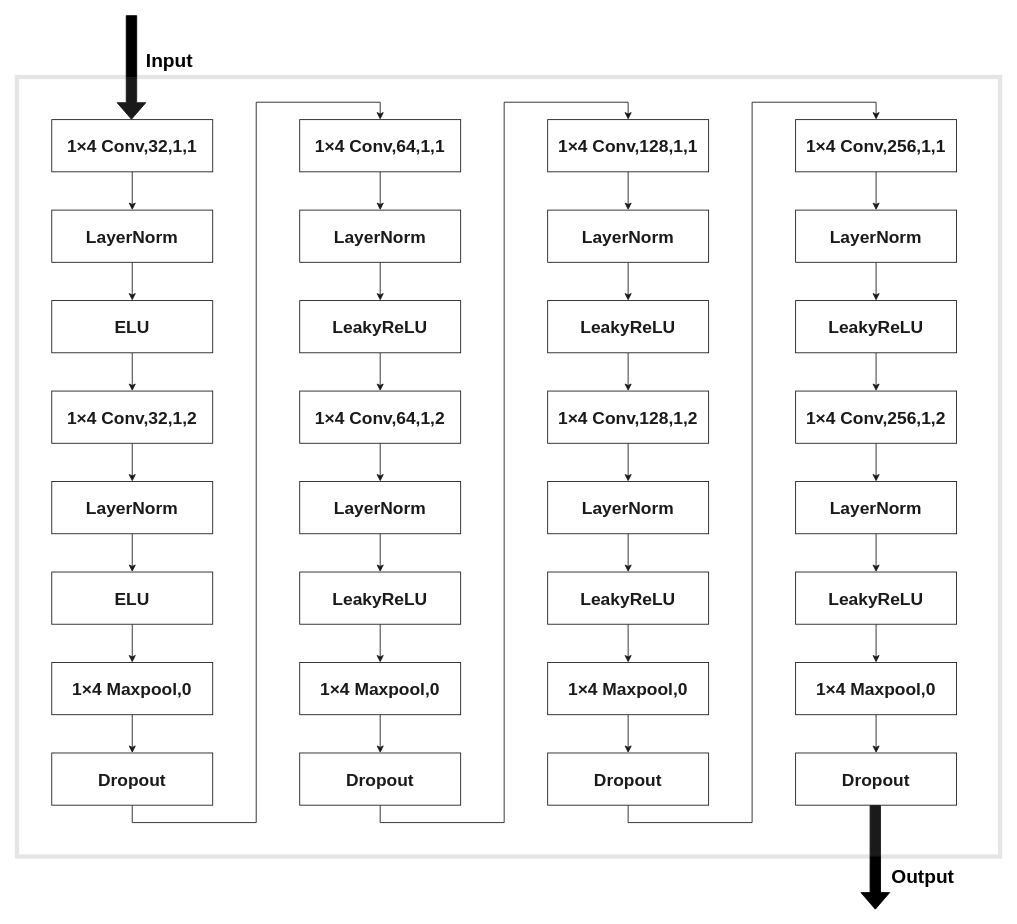
The draw.io diagram nDF示意图.drawio in lilang0710/ll, before the edit. Source tidied: cells renumbered, new cells numbered last; positions are measured from the earlier drawing's top-left corner, leaving out a move shared by most shapes. Both pictures are drawn from the tidied source at 87%, with x=0, y=0 at pixel (17, 15).
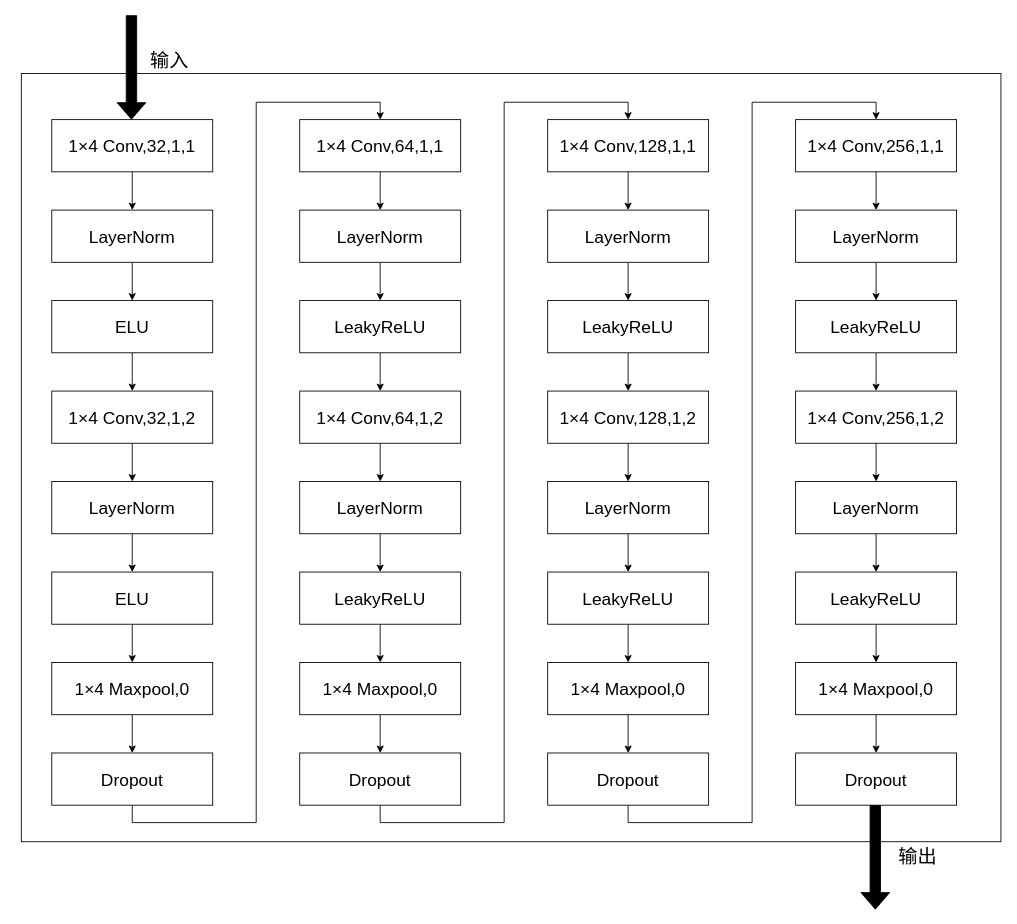
Above is the later version.

Commit message:
更新nDF示意图.drawio

The change refers to these unchanged cells:
```xml
<mxCell id="66" style="shape=flexArrow;endArrow=classic;html=1;rounded=0;entryX=0.5;entryY=0;entryDx=0;entryDy=0;exitX=0.5;exitY=1;exitDx=0;exitDy=0;sourcePerimeterSpacing=0;width=12;fillColor=#000000;" parent="1" edge="1">
  <mxGeometry relative="1" as="geometry">
    <mxPoint x="131.6" as="sourcePoint" />
    <mxPoint x="131.6" y="120" as="targetPoint" />
  </mxGeometry>
</mxCell>
```

Diff of the diagram source:
```diff
@@
-    <mxCell id="2" value="&lt;b&gt;&lt;font style=&quot;font-size: 20px;&quot;&gt;1&lt;/font&gt;&lt;/b&gt;&lt;span&gt;&lt;b&gt;&lt;font style=&quot;font-size: 20px;&quot;&gt;×&lt;/font&gt;&lt;/b&gt;&lt;/span&gt;&lt;b&gt;&lt;font style=&quot;font-size: 20px;&quot;&gt;4 Conv,32,1,1&lt;/font&gt;&lt;/b&gt;" style="rounded=0;whiteSpace=wrap;html=1;" parent="1" vertex="1">
+    <mxCell id="2" value="&lt;font style=&quot;font-size: 20px;&quot;&gt;1&lt;/font&gt;&lt;span&gt;&lt;font style=&quot;font-size: 20px;&quot;&gt;×&lt;/font&gt;&lt;/span&gt;&lt;font style=&quot;font-size: 20px;&quot;&gt;4 Conv,32,1,1&lt;/font&gt;" style="rounded=0;whiteSpace=wrap;html=1;" parent="1" vertex="1">
       <mxGeometry x="40" y="120" width="185" height="60" as="geometry" />
     </mxCell>
@@
-    <mxCell id="4" value="&lt;b&gt;&lt;font style=&quot;font-size: 20px;&quot;&gt;LayerNorm&lt;/font&gt;&lt;/b&gt;" style="rounded=0;whiteSpace=wrap;html=1;" parent="1" vertex="1">
+    <mxCell id="4" value="&lt;font style=&quot;font-size: 20px;&quot;&gt;LayerNorm&lt;/font&gt;" style="rounded=0;whiteSpace=wrap;html=1;" parent="1" vertex="1">
       <mxGeometry x="40" y="224" width="185" height="60" as="geometry" />
     </mxCell>
@@
-    <mxCell id="6" value="&lt;font style=&quot;font-size: 20px;&quot;&gt;&lt;b&gt;ELU&lt;/b&gt;&lt;/font&gt;" style="rounded=0;whiteSpace=wrap;html=1;" parent="1" vertex="1">
+    <mxCell id="6" value="&lt;font style=&quot;font-size: 20px;&quot;&gt;ELU&lt;/font&gt;" style="rounded=0;whiteSpace=wrap;html=1;" parent="1" vertex="1">
       <mxGeometry x="40" y="328" width="185" height="60" as="geometry" />
     </mxCell>
@@
-    <mxCell id="8" value="&lt;b&gt;&lt;font style=&quot;font-size: 20px;&quot;&gt;1&lt;/font&gt;&lt;/b&gt;&lt;span&gt;&lt;b&gt;&lt;font style=&quot;font-size: 20px;&quot;&gt;×&lt;/font&gt;&lt;/b&gt;&lt;/span&gt;&lt;b&gt;&lt;font style=&quot;font-size: 20px;&quot;&gt;4 Conv,32,1,2&lt;/font&gt;&lt;/b&gt;" style="rounded=0;whiteSpace=wrap;html=1;" parent="1" vertex="1">
+    <mxCell id="8" value="&lt;font style=&quot;font-size: 20px;&quot;&gt;1&lt;/font&gt;&lt;span&gt;&lt;font style=&quot;font-size: 20px;&quot;&gt;×&lt;/font&gt;&lt;/span&gt;&lt;font style=&quot;font-size: 20px;&quot;&gt;4 Conv,32,1,2&lt;/font&gt;" style="rounded=0;whiteSpace=wrap;html=1;" parent="1" vertex="1">
       <mxGeometry x="40" y="432" width="185" height="60" as="geometry" />
     </mxCell>
@@
-    <mxCell id="10" value="&lt;b&gt;&lt;font style=&quot;font-size: 20px;&quot;&gt;LayerNorm&lt;/font&gt;&lt;/b&gt;" style="rounded=0;whiteSpace=wrap;html=1;" parent="1" vertex="1">
+    <mxCell id="10" value="&lt;font style=&quot;font-size: 20px;&quot;&gt;LayerNorm&lt;/font&gt;" style="rounded=0;whiteSpace=wrap;html=1;" parent="1" vertex="1">
       <mxGeometry x="40" y="536" width="185" height="60" as="geometry" />
     </mxCell>
@@
-    <mxCell id="12" value="&lt;font style=&quot;font-size: 20px;&quot;&gt;&lt;b&gt;ELU&lt;/b&gt;&lt;/font&gt;" style="rounded=0;whiteSpace=wrap;html=1;" parent="1" vertex="1">
+    <mxCell id="12" value="&lt;font style=&quot;font-size: 20px;&quot;&gt;ELU&lt;/font&gt;" style="rounded=0;whiteSpace=wrap;html=1;" parent="1" vertex="1">
       <mxGeometry x="40" y="640" width="185" height="60" as="geometry" />
     </mxCell>
@@
-    <mxCell id="14" value="&lt;b&gt;&lt;font style=&quot;font-size: 20px;&quot;&gt;1&lt;/font&gt;&lt;/b&gt;&lt;span&gt;&lt;b&gt;&lt;font style=&quot;font-size: 20px;&quot;&gt;×&lt;/font&gt;&lt;/b&gt;&lt;/span&gt;&lt;b&gt;&lt;font style=&quot;font-size: 20px;&quot;&gt;4 Maxpool,0&lt;/font&gt;&lt;/b&gt;" style="rounded=0;whiteSpace=wrap;html=1;" parent="1" vertex="1">
+    <mxCell id="14" value="&lt;font style=&quot;font-size: 20px;&quot;&gt;1&lt;/font&gt;&lt;span&gt;&lt;font style=&quot;font-size: 20px;&quot;&gt;×&lt;/font&gt;&lt;/span&gt;&lt;font style=&quot;font-size: 20px;&quot;&gt;4 Maxpool,0&lt;/font&gt;" style="rounded=0;whiteSpace=wrap;html=1;" parent="1" vertex="1">
       <mxGeometry x="40" y="744" width="185" height="60" as="geometry" />
     </mxCell>
@@
-    <mxCell id="16" value="&lt;b&gt;&lt;font style=&quot;font-size: 20px;&quot;&gt;Dropout&lt;/font&gt;&lt;/b&gt;" style="rounded=0;whiteSpace=wrap;html=1;" parent="1" vertex="1">
+    <mxCell id="16" value="&lt;font style=&quot;font-size: 20px;&quot;&gt;Dropout&lt;/font&gt;" style="rounded=0;whiteSpace=wrap;html=1;" parent="1" vertex="1">
       <mxGeometry x="40" y="848" width="185" height="60" as="geometry" />
     </mxCell>
@@
-    <mxCell id="18" value="&lt;b&gt;&lt;font style=&quot;font-size: 20px;&quot;&gt;1&lt;/font&gt;&lt;/b&gt;&lt;span&gt;&lt;b&gt;&lt;font style=&quot;font-size: 20px;&quot;&gt;×&lt;/font&gt;&lt;/b&gt;&lt;/span&gt;&lt;b&gt;&lt;font style=&quot;font-size: 20px;&quot;&gt;4 Conv,64,1,1&lt;/font&gt;&lt;/b&gt;" style="rounded=0;whiteSpace=wrap;html=1;" parent="1" vertex="1">
+    <mxCell id="18" value="&lt;font style=&quot;font-size: 20px;&quot;&gt;1&lt;/font&gt;&lt;span&gt;&lt;font style=&quot;font-size: 20px;&quot;&gt;×&lt;/font&gt;&lt;/span&gt;&lt;font style=&quot;font-size: 20px;&quot;&gt;4 Conv,64,1,1&lt;/font&gt;" style="rounded=0;whiteSpace=wrap;html=1;" parent="1" vertex="1">
       <mxGeometry x="325" y="120" width="185" height="60" as="geometry" />
     </mxCell>
@@
-    <mxCell id="20" value="&lt;b&gt;&lt;font style=&quot;font-size: 20px;&quot;&gt;LayerNorm&lt;/font&gt;&lt;/b&gt;" style="rounded=0;whiteSpace=wrap;html=1;" parent="1" vertex="1">
+    <mxCell id="20" value="&lt;font style=&quot;font-size: 20px;&quot;&gt;LayerNorm&lt;/font&gt;" style="rounded=0;whiteSpace=wrap;html=1;" parent="1" vertex="1">
       <mxGeometry x="325" y="224" width="185" height="60" as="geometry" />
     </mxCell>
@@
-    <mxCell id="22" value="&lt;b style=&quot;font-size: 20px;&quot;&gt;LeakyReLU&lt;/b&gt;" style="rounded=0;whiteSpace=wrap;html=1;" parent="1" vertex="1">
+    <mxCell id="22" value="&lt;span style=&quot;font-size: 20px;&quot;&gt;LeakyReLU&lt;/span&gt;" style="rounded=0;whiteSpace=wrap;html=1;" parent="1" vertex="1">
       <mxGeometry x="325" y="328" width="185" height="60" as="geometry" />
     </mxCell>
@@
-    <mxCell id="24" value="&lt;b&gt;&lt;font style=&quot;font-size: 20px;&quot;&gt;1&lt;/font&gt;&lt;/b&gt;&lt;span&gt;&lt;b&gt;&lt;font style=&quot;font-size: 20px;&quot;&gt;×&lt;/font&gt;&lt;/b&gt;&lt;/span&gt;&lt;b&gt;&lt;font style=&quot;font-size: 20px;&quot;&gt;4 Conv,64,1,2&lt;/font&gt;&lt;/b&gt;" style="rounded=0;whiteSpace=wrap;html=1;" parent="1" vertex="1">
+    <mxCell id="24" value="&lt;font style=&quot;font-size: 20px;&quot;&gt;1&lt;/font&gt;&lt;span&gt;&lt;font style=&quot;font-size: 20px;&quot;&gt;×&lt;/font&gt;&lt;/span&gt;&lt;font style=&quot;font-size: 20px;&quot;&gt;4 Conv,64,1,2&lt;/font&gt;" style="rounded=0;whiteSpace=wrap;html=1;" parent="1" vertex="1">
       <mxGeometry x="325" y="432" width="185" height="60" as="geometry" />
     </mxCell>
@@
-    <mxCell id="26" value="&lt;b&gt;&lt;font style=&quot;font-size: 20px;&quot;&gt;LayerNorm&lt;/font&gt;&lt;/b&gt;" style="rounded=0;whiteSpace=wrap;html=1;" parent="1" vertex="1">
+    <mxCell id="26" value="&lt;font style=&quot;font-size: 20px;&quot;&gt;LayerNorm&lt;/font&gt;" style="rounded=0;whiteSpace=wrap;html=1;" parent="1" vertex="1">
       <mxGeometry x="325" y="536" width="185" height="60" as="geometry" />
     </mxCell>
@@
-    <mxCell id="28" value="&lt;b style=&quot;font-size: 20px;&quot;&gt;LeakyReLU&lt;/b&gt;" style="rounded=0;whiteSpace=wrap;html=1;" parent="1" vertex="1">
+    <mxCell id="28" value="&lt;span style=&quot;font-size: 20px;&quot;&gt;LeakyReLU&lt;/span&gt;" style="rounded=0;whiteSpace=wrap;html=1;" parent="1" vertex="1">
       <mxGeometry x="325" y="640" width="185" height="60" as="geometry" />
     </mxCell>
@@
-    <mxCell id="30" value="&lt;b&gt;&lt;font style=&quot;font-size: 20px;&quot;&gt;1&lt;/font&gt;&lt;/b&gt;&lt;span&gt;&lt;b&gt;&lt;font style=&quot;font-size: 20px;&quot;&gt;×&lt;/font&gt;&lt;/b&gt;&lt;/span&gt;&lt;b&gt;&lt;font style=&quot;font-size: 20px;&quot;&gt;4 Maxpool,0&lt;/font&gt;&lt;/b&gt;" style="rounded=0;whiteSpace=wrap;html=1;" parent="1" vertex="1">
+    <mxCell id="30" value="&lt;font style=&quot;font-size: 20px;&quot;&gt;1&lt;/font&gt;&lt;span&gt;&lt;font style=&quot;font-size: 20px;&quot;&gt;×&lt;/font&gt;&lt;/span&gt;&lt;font style=&quot;font-size: 20px;&quot;&gt;4 Maxpool,0&lt;/font&gt;" style="rounded=0;whiteSpace=wrap;html=1;" parent="1" vertex="1">
       <mxGeometry x="325" y="744" width="185" height="60" as="geometry" />
     </mxCell>
@@
-    <mxCell id="32" value="&lt;b&gt;&lt;font style=&quot;font-size: 20px;&quot;&gt;Dropout&lt;/font&gt;&lt;/b&gt;" style="rounded=0;whiteSpace=wrap;html=1;" parent="1" vertex="1">
+    <mxCell id="32" value="&lt;font style=&quot;font-size: 20px;&quot;&gt;Dropout&lt;/font&gt;" style="rounded=0;whiteSpace=wrap;html=1;" parent="1" vertex="1">
       <mxGeometry x="325" y="848" width="185" height="60" as="geometry" />
     </mxCell>
@@
-    <mxCell id="34" value="&lt;b&gt;&lt;font style=&quot;font-size: 20px;&quot;&gt;1&lt;/font&gt;&lt;/b&gt;&lt;span&gt;&lt;b&gt;&lt;font style=&quot;font-size: 20px;&quot;&gt;×&lt;/font&gt;&lt;/b&gt;&lt;/span&gt;&lt;b&gt;&lt;font style=&quot;font-size: 20px;&quot;&gt;4 Conv,128,1,1&lt;/font&gt;&lt;/b&gt;" style="rounded=0;whiteSpace=wrap;html=1;" parent="1" vertex="1">
+    <mxCell id="34" value="&lt;font style=&quot;font-size: 20px;&quot;&gt;1&lt;/font&gt;&lt;span&gt;&lt;font style=&quot;font-size: 20px;&quot;&gt;×&lt;/font&gt;&lt;/span&gt;&lt;font style=&quot;font-size: 20px;&quot;&gt;4 Conv,128,1,1&lt;/font&gt;" style="rounded=0;whiteSpace=wrap;html=1;" parent="1" vertex="1">
       <mxGeometry x="610" y="120" width="185" height="60" as="geometry" />
     </mxCell>
@@
-    <mxCell id="36" value="&lt;b&gt;&lt;font style=&quot;font-size: 20px;&quot;&gt;LayerNorm&lt;/font&gt;&lt;/b&gt;" style="rounded=0;whiteSpace=wrap;html=1;" parent="1" vertex="1">
+    <mxCell id="36" value="&lt;font style=&quot;font-size: 20px;&quot;&gt;LayerNorm&lt;/font&gt;" style="rounded=0;whiteSpace=wrap;html=1;" parent="1" vertex="1">
       <mxGeometry x="610" y="224" width="185" height="60" as="geometry" />
     </mxCell>
@@
-    <mxCell id="38" value="&lt;b style=&quot;font-size: 20px;&quot;&gt;LeakyReLU&lt;/b&gt;" style="rounded=0;whiteSpace=wrap;html=1;" parent="1" vertex="1">
+    <mxCell id="38" value="&lt;span style=&quot;font-size: 20px;&quot;&gt;LeakyReLU&lt;/span&gt;" style="rounded=0;whiteSpace=wrap;html=1;" parent="1" vertex="1">
       <mxGeometry x="610" y="328" width="185" height="60" as="geometry" />
     </mxCell>
@@
-    <mxCell id="40" value="&lt;b&gt;&lt;font style=&quot;font-size: 20px;&quot;&gt;1&lt;/font&gt;&lt;/b&gt;&lt;span&gt;&lt;b&gt;&lt;font style=&quot;font-size: 20px;&quot;&gt;×&lt;/font&gt;&lt;/b&gt;&lt;/span&gt;&lt;b&gt;&lt;font style=&quot;font-size: 20px;&quot;&gt;4 Conv,128,1,2&lt;/font&gt;&lt;/b&gt;" style="rounded=0;whiteSpace=wrap;html=1;" parent="1" vertex="1">
+    <mxCell id="40" value="&lt;font style=&quot;font-size: 20px;&quot;&gt;1&lt;/font&gt;&lt;span&gt;&lt;font style=&quot;font-size: 20px;&quot;&gt;×&lt;/font&gt;&lt;/span&gt;&lt;font style=&quot;font-size: 20px;&quot;&gt;4 Conv,128,1,2&lt;/font&gt;" style="rounded=0;whiteSpace=wrap;html=1;" parent="1" vertex="1">
       <mxGeometry x="610" y="432" width="185" height="60" as="geometry" />
     </mxCell>
@@
-    <mxCell id="42" value="&lt;b&gt;&lt;font style=&quot;font-size: 20px;&quot;&gt;LayerNorm&lt;/font&gt;&lt;/b&gt;" style="rounded=0;whiteSpace=wrap;html=1;" parent="1" vertex="1">
+    <mxCell id="42" value="&lt;font style=&quot;font-size: 20px;&quot;&gt;LayerNorm&lt;/font&gt;" style="rounded=0;whiteSpace=wrap;html=1;" parent="1" vertex="1">
       <mxGeometry x="610" y="536" width="185" height="60" as="geometry" />
     </mxCell>
@@
-    <mxCell id="44" value="&lt;b style=&quot;font-size: 20px;&quot;&gt;LeakyReLU&lt;/b&gt;" style="rounded=0;whiteSpace=wrap;html=1;" parent="1" vertex="1">
+    <mxCell id="44" value="&lt;span style=&quot;font-size: 20px;&quot;&gt;LeakyReLU&lt;/span&gt;" style="rounded=0;whiteSpace=wrap;html=1;" parent="1" vertex="1">
       <mxGeometry x="610" y="640" width="185" height="60" as="geometry" />
     </mxCell>
@@
-    <mxCell id="46" value="&lt;b&gt;&lt;font style=&quot;font-size: 20px;&quot;&gt;1&lt;/font&gt;&lt;/b&gt;&lt;span&gt;&lt;b&gt;&lt;font style=&quot;font-size: 20px;&quot;&gt;×&lt;/font&gt;&lt;/b&gt;&lt;/span&gt;&lt;b&gt;&lt;font style=&quot;font-size: 20px;&quot;&gt;4 Maxpool,0&lt;/font&gt;&lt;/b&gt;" style="rounded=0;whiteSpace=wrap;html=1;" parent="1" vertex="1">
+    <mxCell id="46" value="&lt;font style=&quot;font-size: 20px;&quot;&gt;1&lt;/font&gt;&lt;span&gt;&lt;font style=&quot;font-size: 20px;&quot;&gt;×&lt;/font&gt;&lt;/span&gt;&lt;font style=&quot;font-size: 20px;&quot;&gt;4 Maxpool,0&lt;/font&gt;" style="rounded=0;whiteSpace=wrap;html=1;" parent="1" vertex="1">
       <mxGeometry x="610" y="744" width="185" height="60" as="geometry" />
     </mxCell>
@@
-    <mxCell id="48" value="&lt;b&gt;&lt;font style=&quot;font-size: 20px;&quot;&gt;Dropout&lt;/font&gt;&lt;/b&gt;" style="rounded=0;whiteSpace=wrap;html=1;" parent="1" vertex="1">
+    <mxCell id="48" value="&lt;font style=&quot;font-size: 20px;&quot;&gt;Dropout&lt;/font&gt;" style="rounded=0;whiteSpace=wrap;html=1;" parent="1" vertex="1">
       <mxGeometry x="610" y="848" width="185" height="60" as="geometry" />
     </mxCell>
@@
-    <mxCell id="50" value="&lt;b&gt;&lt;font style=&quot;font-size: 20px;&quot;&gt;1&lt;/font&gt;&lt;/b&gt;&lt;span&gt;&lt;b&gt;&lt;font style=&quot;font-size: 20px;&quot;&gt;×&lt;/font&gt;&lt;/b&gt;&lt;/span&gt;&lt;b&gt;&lt;font style=&quot;font-size: 20px;&quot;&gt;4 Conv,256,1,1&lt;/font&gt;&lt;/b&gt;" style="rounded=0;whiteSpace=wrap;html=1;" parent="1" vertex="1">
+    <mxCell id="50" value="&lt;font style=&quot;font-size: 20px;&quot;&gt;1&lt;/font&gt;&lt;span&gt;&lt;font style=&quot;font-size: 20px;&quot;&gt;×&lt;/font&gt;&lt;/span&gt;&lt;font style=&quot;font-size: 20px;&quot;&gt;4 Conv,256,1,1&lt;/font&gt;" style="rounded=0;whiteSpace=wrap;html=1;" parent="1" vertex="1">
       <mxGeometry x="895" y="120" width="185" height="60" as="geometry" />
     </mxCell>
@@
-    <mxCell id="52" value="&lt;b&gt;&lt;font style=&quot;font-size: 20px;&quot;&gt;LayerNorm&lt;/font&gt;&lt;/b&gt;" style="rounded=0;whiteSpace=wrap;html=1;" parent="1" vertex="1">
+    <mxCell id="52" value="&lt;font style=&quot;font-size: 20px;&quot;&gt;LayerNorm&lt;/font&gt;" style="rounded=0;whiteSpace=wrap;html=1;" parent="1" vertex="1">
       <mxGeometry x="895" y="224" width="185" height="60" as="geometry" />
     </mxCell>
@@
-    <mxCell id="54" value="&lt;b style=&quot;font-size: 20px;&quot;&gt;LeakyReLU&lt;/b&gt;" style="rounded=0;whiteSpace=wrap;html=1;" parent="1" vertex="1">
+    <mxCell id="54" value="&lt;span style=&quot;font-size: 20px;&quot;&gt;LeakyReLU&lt;/span&gt;" style="rounded=0;whiteSpace=wrap;html=1;" parent="1" vertex="1">
       <mxGeometry x="895" y="328" width="185" height="60" as="geometry" />
     </mxCell>
@@
-    <mxCell id="56" value="&lt;b&gt;&lt;font style=&quot;font-size: 20px;&quot;&gt;1&lt;/font&gt;&lt;/b&gt;&lt;span&gt;&lt;b&gt;&lt;font style=&quot;font-size: 20px;&quot;&gt;×&lt;/font&gt;&lt;/b&gt;&lt;/span&gt;&lt;b&gt;&lt;font style=&quot;font-size: 20px;&quot;&gt;4 Conv,256,1,2&lt;/font&gt;&lt;/b&gt;" style="rounded=0;whiteSpace=wrap;html=1;" parent="1" vertex="1">
+    <mxCell id="56" value="&lt;font style=&quot;font-size: 20px;&quot;&gt;1&lt;/font&gt;&lt;span&gt;&lt;font style=&quot;font-size: 20px;&quot;&gt;×&lt;/font&gt;&lt;/span&gt;&lt;font style=&quot;font-size: 20px;&quot;&gt;4 Conv,256,1,2&lt;/font&gt;" style="rounded=0;whiteSpace=wrap;html=1;" parent="1" vertex="1">
       <mxGeometry x="895" y="432" width="185" height="60" as="geometry" />
     </mxCell>
@@
-    <mxCell id="58" value="&lt;b&gt;&lt;font style=&quot;font-size: 20px;&quot;&gt;LayerNorm&lt;/font&gt;&lt;/b&gt;" style="rounded=0;whiteSpace=wrap;html=1;" parent="1" vertex="1">
+    <mxCell id="58" value="&lt;font style=&quot;font-size: 20px;&quot;&gt;LayerNorm&lt;/font&gt;" style="rounded=0;whiteSpace=wrap;html=1;" parent="1" vertex="1">
       <mxGeometry x="895" y="536" width="185" height="60" as="geometry" />
     </mxCell>
@@
-    <mxCell id="60" value="&lt;b style=&quot;font-size: 20px;&quot;&gt;LeakyReLU&lt;/b&gt;" style="rounded=0;whiteSpace=wrap;html=1;" parent="1" vertex="1">
+    <mxCell id="60" value="&lt;span style=&quot;font-size: 20px;&quot;&gt;LeakyReLU&lt;/span&gt;" style="rounded=0;whiteSpace=wrap;html=1;" parent="1" vertex="1">
       <mxGeometry x="895" y="640" width="185" height="60" as="geometry" />
     </mxCell>
@@
-    <mxCell id="62" value="&lt;b&gt;&lt;font style=&quot;font-size: 20px;&quot;&gt;1&lt;/font&gt;&lt;/b&gt;&lt;span&gt;&lt;b&gt;&lt;font style=&quot;font-size: 20px;&quot;&gt;×&lt;/font&gt;&lt;/b&gt;&lt;/span&gt;&lt;b&gt;&lt;font style=&quot;font-size: 20px;&quot;&gt;4 Maxpool,0&lt;/font&gt;&lt;/b&gt;" style="rounded=0;whiteSpace=wrap;html=1;" parent="1" vertex="1">
+    <mxCell id="62" value="&lt;font style=&quot;font-size: 20px;&quot;&gt;1&lt;/font&gt;&lt;span&gt;&lt;font style=&quot;font-size: 20px;&quot;&gt;×&lt;/font&gt;&lt;/span&gt;&lt;font style=&quot;font-size: 20px;&quot;&gt;4 Maxpool,0&lt;/font&gt;" style="rounded=0;whiteSpace=wrap;html=1;" parent="1" vertex="1">
       <mxGeometry x="895" y="744" width="185" height="60" as="geometry" />
     </mxCell>
-    <mxCell id="63" value="&lt;b&gt;&lt;font style=&quot;font-size: 20px;&quot;&gt;Dropout&lt;/font&gt;&lt;/b&gt;" style="rounded=0;whiteSpace=wrap;html=1;" parent="1" vertex="1">
+    <mxCell id="63" value="&lt;font style=&quot;font-size: 20px;&quot;&gt;Dropout&lt;/font&gt;" style="rounded=0;whiteSpace=wrap;html=1;" parent="1" vertex="1">
       <mxGeometry x="895" y="848" width="185" height="60" as="geometry" />
     </mxCell>
@@
-    <mxCell id="67" value="&lt;font size=&quot;1&quot;&gt;&lt;b&gt;&lt;font style=&quot;font-size: 22px;&quot;&gt;Input&lt;/font&gt;&lt;/b&gt;&lt;/font&gt;" style="edgeLabel;html=1;align=center;verticalAlign=middle;" parent="66" vertex="1">
+    <mxCell id="67" value="&lt;font size=&quot;1&quot;&gt;&lt;span&gt;&lt;font style=&quot;font-size: 22px;&quot;&gt;输入&lt;/font&gt;&lt;/span&gt;&lt;/font&gt;" style="edgeLabel;html=1;align=center;verticalAlign=middle;fontStyle=0;" parent="66" vertex="1">
       <mxGeometry x="-0.61" y="9" relative="1" as="geometry">
         <mxPoint x="34" y="29" as="offset" />
       </mxGeometry>
     </mxCell>
-    <mxCell id="68" value="&lt;font size=&quot;1&quot;&gt;&lt;b&gt;&lt;font style=&quot;font-size: 22px;&quot;&gt;Output&lt;/font&gt;&lt;/b&gt;&lt;/font&gt;" style="edgeLabel;html=1;align=center;verticalAlign=middle;" parent="1" vertex="1">
-      <mxGeometry x="1038" y="1000" as="geometry">
-        <mxPoint x="2" y="-10" as="offset" />
-      </mxGeometry>
-    </mxCell>
-    <mxCell id="69" style="rounded=0;whiteSpace=wrap;html=1;opacity=10;strokeWidth=5;" parent="1" vertex="1">
-      <mxGeometry y="71" width="1130" height="896" as="geometry" />
-    </mxCell>
+    <mxCell id="70" value="&lt;font size=&quot;1&quot;&gt;&lt;font style=&quot;font-size: 22px;&quot;&gt;输出&lt;/font&gt;&lt;/font&gt;" style="edgeLabel;html=1;align=center;verticalAlign=middle;" parent="1" vertex="1">
+      <mxGeometry x="1027" y="978" as="geometry">
+        <mxPoint x="7" y="-11" as="offset" />
+      </mxGeometry>
+    </mxCell>
+    <mxCell id="71" style="rounded=0;whiteSpace=wrap;html=1;fillColor=none;glass=0;" parent="1" vertex="1">
+      <mxGeometry x="5" y="67" width="1126" height="883" as="geometry" />
+    </mxCell>
```
